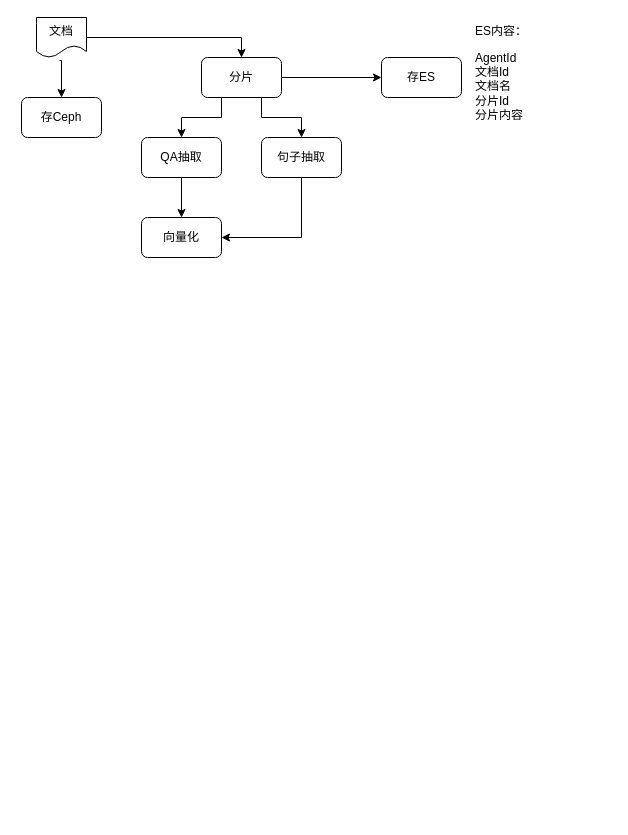
Before: 文档QA.drawio in renzhan/drawio, a draw.io diagram. Source tidied: cells renumbered, new cells numbered last; positions are measured from the earlier drawing's top-left corner, leaving out a move shared by most shapes. Both pictures are drawn from the tidied source at 100%, with x=0, y=0 at pixel (21, 17).
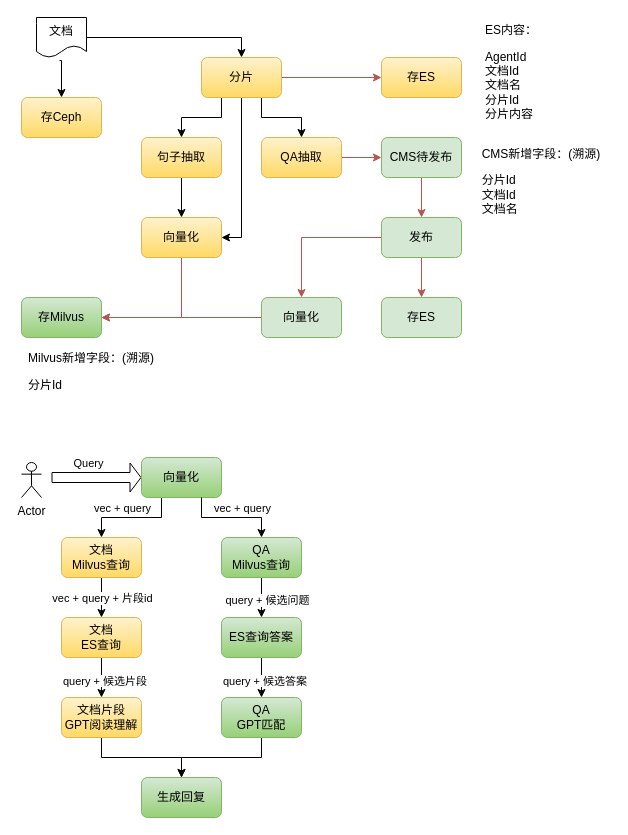
The same page after the edit.

Diff of the diagram source:
```diff
@@
-    <mxCell id="3" value="QA抽取" style="rounded=1;whiteSpace=wrap;html=1;" parent="1" vertex="1">
+    <mxCell id="3" value="句子抽取" style="rounded=1;whiteSpace=wrap;html=1;fillColor=#fff2cc;gradientColor=#ffd966;strokeColor=#d6b656;" parent="1" vertex="1">
       <mxGeometry x="120" y="120" width="80" height="40" as="geometry" />
     </mxCell>
@@
-    <mxCell id="9" style="edgeStyle=orthogonalEdgeStyle;rounded=0;jettySize=auto;html=1;exitX=1;exitY=0.5;exitDx=0;exitDy=0;entryX=0;entryY=0.5;entryDx=0;entryDy=0;" parent="1" edge="1" source="10" target="15">
+    <mxCell id="9" style="edgeStyle=orthogonalEdgeStyle;rounded=0;jettySize=auto;html=1;exitX=1;exitY=0.5;exitDx=0;exitDy=0;entryX=0;entryY=0.5;entryDx=0;entryDy=0;fillColor=#f8cecc;gradientColor=#ea6b66;strokeColor=#b85450;" parent="1" edge="1" source="10" target="15">
       <mxGeometry relative="1" as="geometry" />
     </mxCell>
+    <mxCell id="17" style="edgeStyle=orthogonalEdgeStyle;rounded=0;jettySize=auto;html=1;exitX=0.5;exitY=1;exitDx=0;exitDy=0;entryX=1;entryY=0.5;entryDx=0;entryDy=0;" parent="1" edge="1" source="10" target="13">
+      <mxGeometry relative="1" as="geometry" />
+    </mxCell>
-    <mxCell id="10" value="分片" style="rounded=1;whiteSpace=wrap;html=1;" parent="1" vertex="1">
+    <mxCell id="10" value="分片" style="rounded=1;whiteSpace=wrap;html=1;fillColor=#fff2cc;gradientColor=#ffd966;strokeColor=#d6b656;" parent="1" vertex="1">
       <mxGeometry x="180" y="40" width="80" height="40" as="geometry" />
     </mxCell>
-    <mxCell id="11" style="edgeStyle=orthogonalEdgeStyle;rounded=0;jettySize=auto;html=1;exitX=0.5;exitY=1;exitDx=0;exitDy=0;entryX=1;entryY=0.5;entryDx=0;entryDy=0;" parent="1" edge="1" source="12" target="13">
+    <mxCell id="11" style="edgeStyle=orthogonalEdgeStyle;rounded=0;jettySize=auto;html=1;exitX=0.5;exitY=1;exitDx=0;exitDy=0;entryX=0.5;entryY=0;entryDx=0;entryDy=0;fillColor=#f8cecc;gradientColor=#ea6b66;strokeColor=#b85450;" parent="1" edge="1" source="24" target="22">
       <mxGeometry relative="1" as="geometry" />
     </mxCell>
+    <mxCell id="18" style="edgeStyle=orthogonalEdgeStyle;rounded=0;jettySize=auto;html=1;exitX=1;exitY=0.5;exitDx=0;exitDy=0;entryX=0;entryY=0.5;entryDx=0;entryDy=0;fillColor=#f8cecc;gradientColor=#ea6b66;strokeColor=#b85450;" parent="1" edge="1" source="12" target="24">
+      <mxGeometry relative="1" as="geometry" />
+    </mxCell>
-    <mxCell id="12" value="句子抽取" style="rounded=1;whiteSpace=wrap;html=1;" parent="1" vertex="1">
+    <mxCell id="12" value="QA抽取" style="rounded=1;whiteSpace=wrap;html=1;fillColor=#fff2cc;gradientColor=#ffd966;strokeColor=#d6b656;" parent="1" vertex="1">
       <mxGeometry x="240" y="120" width="80" height="40" as="geometry" />
     </mxCell>
+    <mxCell id="19" style="edgeStyle=orthogonalEdgeStyle;rounded=0;jettySize=auto;html=1;exitX=0.5;exitY=1;exitDx=0;exitDy=0;entryX=1;entryY=0.5;entryDx=0;entryDy=0;fillColor=#f8cecc;gradientColor=#ea6b66;strokeColor=#b85450;" parent="1" edge="1" source="13" target="23">
+      <mxGeometry relative="1" as="geometry" />
+    </mxCell>
-    <mxCell id="13" value="向量化" style="rounded=1;whiteSpace=wrap;html=1;" parent="1" vertex="1">
+    <mxCell id="13" value="向量化" style="rounded=1;whiteSpace=wrap;html=1;fillColor=#fff2cc;gradientColor=#ffd966;strokeColor=#d6b656;" parent="1" vertex="1">
       <mxGeometry x="120" y="200" width="80" height="40" as="geometry" />
     </mxCell>
-    <mxCell id="14" value="存Ceph" style="rounded=1;whiteSpace=wrap;html=1;" parent="1" vertex="1">
+    <mxCell id="14" value="存Ceph" style="rounded=1;whiteSpace=wrap;html=1;fillColor=#fff2cc;gradientColor=#ffd966;strokeColor=#d6b656;" parent="1" vertex="1">
       <mxGeometry y="80" width="80" height="40" as="geometry" />
     </mxCell>
-    <mxCell id="15" value="存ES" style="rounded=1;whiteSpace=wrap;html=1;" parent="1" vertex="1">
+    <mxCell id="15" value="存ES" style="rounded=1;whiteSpace=wrap;html=1;fillColor=#fff2cc;gradientColor=#ffd966;strokeColor=#d6b656;" parent="1" vertex="1">
       <mxGeometry x="360" y="40" width="80" height="40" as="geometry" />
     </mxCell>
     <mxCell id="16" value="ES内容：&lt;br&gt;&lt;p style=&quot;border-color: var(--border-color); text-align: left;&quot;&gt;AgentId&lt;br&gt;文档Id&lt;br style=&quot;border-color: var(--border-color); text-align: center;&quot;&gt;文档名&lt;br style=&quot;border-color: var(--border-color);&quot;&gt;分片Id&lt;br style=&quot;border-color: var(--border-color);&quot;&gt;分片内容&lt;/p&gt;&lt;p style=&quot;border-color: var(--border-color); text-align: left;&quot;&gt;&lt;span style=&quot;border-color: var(--border-color); text-align: center;&quot;&gt;&lt;br style=&quot;border-color: var(--border-color);&quot;&gt;&lt;/span&gt;&lt;/p&gt;" style="text;html=1;strokeColor=none;fillColor=none;align=center;verticalAlign=middle;whiteSpace=wrap;rounded=0;" parent="1" vertex="1">
-      <mxGeometry x="450" y="60" width="60" height="30" as="geometry" />
+      <mxGeometry x="460" y="59" width="60" height="30" as="geometry" />
     </mxCell>
+    <mxCell id="20" style="edgeStyle=orthogonalEdgeStyle;rounded=0;jettySize=auto;html=1;exitX=0;exitY=0.5;exitDx=0;exitDy=0;entryX=0.5;entryY=0;entryDx=0;entryDy=0;fillColor=#f8cecc;gradientColor=#ea6b66;strokeColor=#b85450;" parent="1" edge="1" source="22" target="26">
+      <mxGeometry relative="1" as="geometry" />
+    </mxCell>
+    <mxCell id="21" style="edgeStyle=orthogonalEdgeStyle;rounded=0;jettySize=auto;html=1;exitX=0.5;exitY=1;exitDx=0;exitDy=0;entryX=0.5;entryY=0;entryDx=0;entryDy=0;fillColor=#f8cecc;gradientColor=#ea6b66;strokeColor=#b85450;" parent="1" edge="1" source="22" target="27">
+      <mxGeometry relative="1" as="geometry" />
+    </mxCell>
+    <mxCell id="22" value="发布" style="rounded=1;whiteSpace=wrap;html=1;fillColor=#d5e8d4;strokeColor=#82b366;" parent="1" vertex="1">
+      <mxGeometry x="360" y="200" width="80" height="40" as="geometry" />
+    </mxCell>
+    <mxCell id="23" value="存Milvus" style="rounded=1;whiteSpace=wrap;html=1;fillColor=#d5e8d4;gradientColor=#97d077;strokeColor=#82b366;" parent="1" vertex="1">
+      <mxGeometry y="280" width="80" height="40" as="geometry" />
+    </mxCell>
+    <mxCell id="24" value="CMS待发布" style="rounded=1;whiteSpace=wrap;html=1;fillColor=#d5e8d4;strokeColor=#82b366;" parent="1" vertex="1">
+      <mxGeometry x="360" y="120" width="80" height="40" as="geometry" />
+    </mxCell>
+    <mxCell id="25" style="edgeStyle=orthogonalEdgeStyle;rounded=0;jettySize=auto;html=1;exitX=0;exitY=0.5;exitDx=0;exitDy=0;fillColor=#f8cecc;gradientColor=#ea6b66;strokeColor=#b85450;" parent="1" edge="1" source="26" target="23">
+      <mxGeometry relative="1" as="geometry" />
+    </mxCell>
+    <mxCell id="26" value="向量化" style="rounded=1;whiteSpace=wrap;html=1;fillColor=#d5e8d4;strokeColor=#82b366;" parent="1" vertex="1">
+      <mxGeometry x="240" y="280" width="80" height="40" as="geometry" />
+    </mxCell>
+    <mxCell id="27" value="存ES" style="rounded=1;whiteSpace=wrap;html=1;fillColor=#d5e8d4;strokeColor=#82b366;" parent="1" vertex="1">
+      <mxGeometry x="360" y="280" width="80" height="40" as="geometry" />
+    </mxCell>
+    <mxCell id="28" value="CMS新增字段：(溯源)&lt;br&gt;&lt;p style=&quot;border-color: var(--border-color); text-align: left;&quot;&gt;分片Id&lt;br style=&quot;border-color: var(--border-color);&quot;&gt;文档Id&lt;br style=&quot;border-color: var(--border-color); text-align: center;&quot;&gt;文档名&lt;br style=&quot;border-color: var(--border-color);&quot;&gt;&lt;/p&gt;" style="text;html=1;strokeColor=none;fillColor=none;align=center;verticalAlign=middle;whiteSpace=wrap;rounded=0;" parent="1" vertex="1">
+      <mxGeometry x="450" y="120" width="140" height="100" as="geometry" />
+    </mxCell>
+    <mxCell id="29" value="Milvus新增字段：(溯源)&lt;br&gt;&lt;p style=&quot;border-color: var(--border-color); text-align: left;&quot;&gt;分片Id&lt;br style=&quot;border-color: var(--border-color);&quot;&gt;&lt;/p&gt;" style="text;html=1;strokeColor=none;fillColor=none;align=center;verticalAlign=middle;whiteSpace=wrap;rounded=0;" parent="1" vertex="1">
+      <mxGeometry y="310" width="140" height="100" as="geometry" />
+    </mxCell>
+    <mxCell id="30" value="Actor" style="shape=umlActor;verticalLabelPosition=bottom;verticalAlign=top;html=1;" parent="1" vertex="1">
+      <mxGeometry y="445" width="20" height="35" as="geometry" />
+    </mxCell>
+    <mxCell id="31" style="shape=flexArrow;endArrow=classic;html=1;rounded=0;endWidth=18;endSize=3.33;entryX=0;entryY=0.5;entryDx=0;entryDy=0;" parent="1" edge="1" target="35">
+      <mxGeometry relative="1" as="geometry">
+        <mxPoint x="30" y="460" as="sourcePoint" />
+      </mxGeometry>
+    </mxCell>
+    <mxCell id="32" value="Query" style="edgeLabel;html=1;align=center;verticalAlign=middle;" parent="31" vertex="1">
+      <mxGeometry x="-0.2" y="-2" relative="1" as="geometry">
+        <mxPoint y="-17" as="offset" />
+      </mxGeometry>
+    </mxCell>
+    <mxCell id="33" style="edgeStyle=orthogonalEdgeStyle;rounded=0;jettySize=auto;html=1;exitX=0.25;exitY=1;exitDx=0;exitDy=0;entryX=0.5;entryY=0;entryDx=0;entryDy=0;" parent="1" edge="1" source="35" target="38">
+      <mxGeometry relative="1" as="geometry" />
+    </mxCell>
+    <mxCell id="34" value="vec + query" style="edgeLabel;html=1;align=center;verticalAlign=middle;" parent="33" vertex="1">
+      <mxGeometry y="1" relative="1" as="geometry">
+        <mxPoint x="-10" y="-11" as="offset" />
+      </mxGeometry>
+    </mxCell>
+    <mxCell id="35" value="向量化" style="rounded=1;whiteSpace=wrap;html=1;fillColor=#d5e8d4;gradientColor=#97d077;strokeColor=#82b366;" parent="1" vertex="1">
+      <mxGeometry x="120" y="440" width="80" height="40" as="geometry" />
+    </mxCell>
+    <mxCell id="36" style="edgeStyle=orthogonalEdgeStyle;rounded=0;jettySize=auto;html=1;exitX=0.75;exitY=1;exitDx=0;exitDy=0;entryX=0.5;entryY=0;entryDx=0;entryDy=0;" parent="1" edge="1" source="35" target="40">
+      <mxGeometry relative="1" as="geometry" />
+    </mxCell>
+    <mxCell id="37" style="edgeStyle=orthogonalEdgeStyle;rounded=0;jettySize=auto;html=1;exitX=0.5;exitY=1;exitDx=0;exitDy=0;entryX=0.5;entryY=0;entryDx=0;entryDy=0;" parent="1" edge="1" source="38" target="42">
+      <mxGeometry relative="1" as="geometry" />
+    </mxCell>
+    <mxCell id="38" value="文档&lt;br&gt;Milvus查询" style="rounded=1;whiteSpace=wrap;html=1;fillColor=#fff2cc;gradientColor=#ffd966;strokeColor=#d6b656;" parent="1" vertex="1">
+      <mxGeometry x="40" y="520" width="80" height="40" as="geometry" />
+    </mxCell>
+    <mxCell id="39" style="edgeStyle=orthogonalEdgeStyle;rounded=0;jettySize=auto;html=1;exitX=0.5;exitY=1;exitDx=0;exitDy=0;entryX=0.5;entryY=0;entryDx=0;entryDy=0;" parent="1" edge="1" source="40" target="53">
+      <mxGeometry relative="1" as="geometry" />
+    </mxCell>
+    <mxCell id="40" value="QA&lt;br&gt;Milvus查询" style="rounded=1;whiteSpace=wrap;html=1;fillColor=#d5e8d4;gradientColor=#97d077;strokeColor=#82b366;" parent="1" vertex="1">
+      <mxGeometry x="200" y="520" width="80" height="40" as="geometry" />
+    </mxCell>
+    <mxCell id="41" style="edgeStyle=orthogonalEdgeStyle;rounded=0;jettySize=auto;html=1;exitX=0.5;exitY=1;exitDx=0;exitDy=0;entryX=0.5;entryY=0;entryDx=0;entryDy=0;" parent="1" edge="1" source="42" target="46">
+      <mxGeometry relative="1" as="geometry" />
+    </mxCell>
+    <mxCell id="42" value="文档&lt;br&gt;ES查询" style="rounded=1;whiteSpace=wrap;html=1;fillColor=#fff2cc;gradientColor=#ffd966;strokeColor=#d6b656;" parent="1" vertex="1">
+      <mxGeometry x="40" y="600" width="80" height="40" as="geometry" />
+    </mxCell>
+    <mxCell id="43" style="edgeStyle=orthogonalEdgeStyle;rounded=0;jettySize=auto;html=1;exitX=0.5;exitY=1;exitDx=0;exitDy=0;entryX=0.5;entryY=0;entryDx=0;entryDy=0;" parent="1" edge="1" source="44" target="51">
+      <mxGeometry relative="1" as="geometry" />
+    </mxCell>
+    <mxCell id="44" value="QA&lt;br&gt;GPT匹配" style="rounded=1;whiteSpace=wrap;html=1;fillColor=#d5e8d4;gradientColor=#97d077;strokeColor=#82b366;" parent="1" vertex="1">
+      <mxGeometry x="200" y="680" width="80" height="40" as="geometry" />
+    </mxCell>
+    <mxCell id="45" style="edgeStyle=orthogonalEdgeStyle;rounded=0;jettySize=auto;html=1;exitX=0.5;exitY=1;exitDx=0;exitDy=0;entryX=0.5;entryY=0;entryDx=0;entryDy=0;" parent="1" edge="1" source="46" target="51">
+      <mxGeometry relative="1" as="geometry" />
+    </mxCell>
+    <mxCell id="46" value="文档片段&lt;br&gt;GPT阅读理解" style="rounded=1;whiteSpace=wrap;html=1;fillColor=#fff2cc;gradientColor=#ffd966;strokeColor=#d6b656;" parent="1" vertex="1">
+      <mxGeometry x="40" y="680" width="80" height="40" as="geometry" />
+    </mxCell>
+    <mxCell id="47" value="vec + query" style="edgeLabel;html=1;align=center;verticalAlign=middle;" parent="1" vertex="1">
+      <mxGeometry x="220" y="490" as="geometry" />
+    </mxCell>
+    <mxCell id="48" value="vec + query +&amp;nbsp;片段id" style="edgeLabel;html=1;align=center;verticalAlign=middle;" parent="1" vertex="1">
+      <mxGeometry x="80" y="580" as="geometry" />
+    </mxCell>
+    <mxCell id="49" value="&lt;span style=&quot;color: rgb(0, 0, 0); font-family: Helvetica; font-size: 11px; font-style: normal; font-variant-ligatures: normal; font-variant-caps: normal; font-weight: 400; letter-spacing: normal; orphans: 2; text-align: center; text-indent: 0px; text-transform: none; widows: 2; word-spacing: 0px; -webkit-text-stroke-width: 0px; background-color: rgb(255, 255, 255); text-decoration-thickness: initial; text-decoration-style: initial; text-decoration-color: initial; float: none; display: inline !important;&quot;&gt;query +&amp;nbsp;候选片段&lt;/span&gt;" style="text;whiteSpace=wrap;html=1;" parent="1" vertex="1">
+      <mxGeometry x="40" y="650" width="100" height="40" as="geometry" />
+    </mxCell>
+    <mxCell id="50" value="query +&amp;nbsp;候选问题" style="edgeLabel;html=1;align=center;verticalAlign=middle;" parent="1" vertex="1">
+      <mxGeometry x="250" y="580" as="geometry">
+        <mxPoint x="-5" y="2" as="offset" />
+      </mxGeometry>
+    </mxCell>
+    <mxCell id="51" value="生成回复" style="rounded=1;whiteSpace=wrap;html=1;fillColor=#d5e8d4;gradientColor=#97d077;strokeColor=#82b366;" parent="1" vertex="1">
+      <mxGeometry x="120" y="760" width="80" height="40" as="geometry" />
+    </mxCell>
+    <mxCell id="52" style="edgeStyle=orthogonalEdgeStyle;rounded=0;jettySize=auto;html=1;exitX=0.5;exitY=1;exitDx=0;exitDy=0;entryX=0.5;entryY=0;entryDx=0;entryDy=0;" parent="1" edge="1" source="53" target="44">
+      <mxGeometry relative="1" as="geometry" />
+    </mxCell>
+    <mxCell id="53" value="ES查询答案" style="rounded=1;whiteSpace=wrap;html=1;fillColor=#d5e8d4;gradientColor=#97d077;strokeColor=#82b366;" parent="1" vertex="1">
+      <mxGeometry x="200" y="600" width="80" height="40" as="geometry" />
+    </mxCell>
+    <mxCell id="54" value="&lt;span style=&quot;color: rgb(0, 0, 0); font-family: Helvetica; font-size: 11px; font-style: normal; font-variant-ligatures: normal; font-variant-caps: normal; font-weight: 400; letter-spacing: normal; orphans: 2; text-align: center; text-indent: 0px; text-transform: none; widows: 2; word-spacing: 0px; -webkit-text-stroke-width: 0px; background-color: rgb(255, 255, 255); text-decoration-thickness: initial; text-decoration-style: initial; text-decoration-color: initial; float: none; display: inline !important;&quot;&gt;query +&amp;nbsp;候选答案&lt;/span&gt;" style="text;whiteSpace=wrap;html=1;" parent="1" vertex="1">
+      <mxGeometry x="200" y="650" width="100" height="40" as="geometry" />
+    </mxCell>
```
